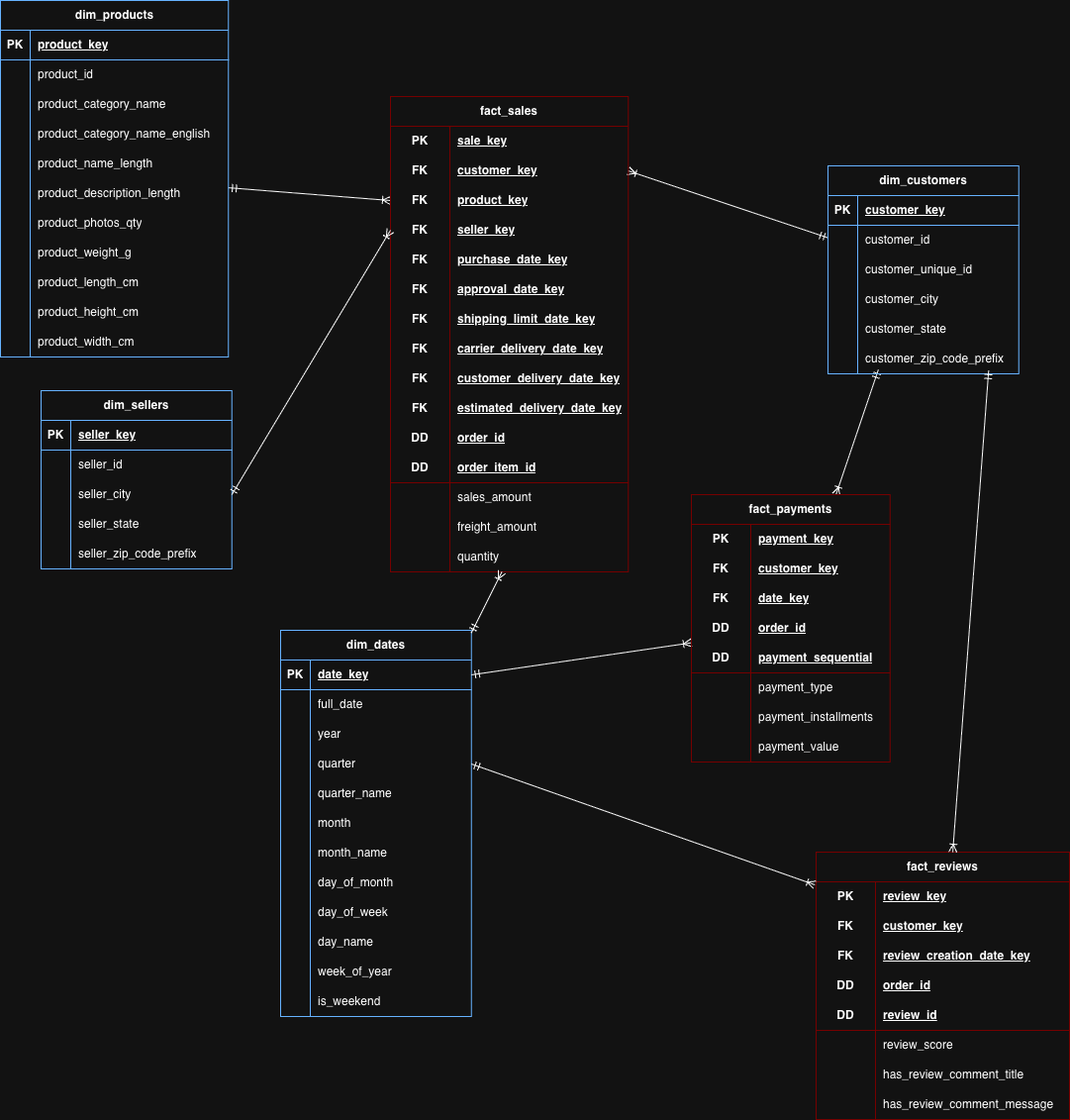
Earlier version of the draw.io export diagrams/gold-layer-dimensional-model.png (aatmaneoulmouden/olist-data-warehouse). Source tidied: cells renumbered, new cells last; positions are measured from the earlier drawing's top-left corner, leaving out a move shared by most shapes.
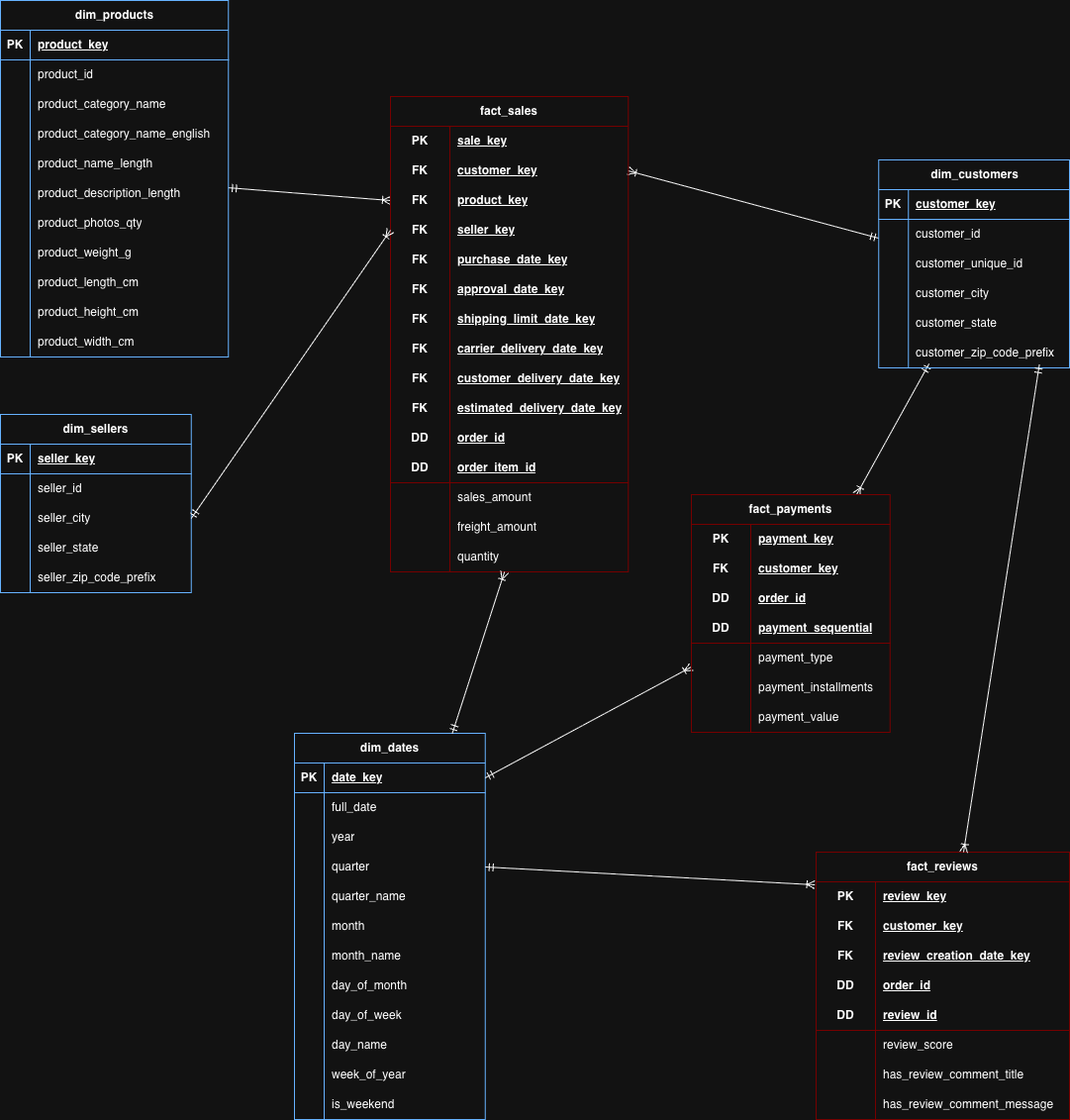
The same diagram one commit later.

Commit message:
docs(gold): update Gold layer dimensional model diagram

The edit, as a diff of the source:
```diff
@@ -9,7 +9,7 @@
       <mxGeometry relative="1" as="geometry" />
     </mxCell>
     <mxCell id="4" value="dim_customers" style="shape=table;startSize=30;rowLines=0;fontStyle=1;align=center;html=1;strokeColor=light-dark(#000000,#66B2FF);" parent="1" vertex="1">
-      <mxGeometry x="836" y="167" width="192.8" height="210" as="geometry" />
+      <mxGeometry x="887.2" y="161" width="192.8" height="210" as="geometry" />
     </mxCell>
     <mxCell id="5" style="shape=tableRow;horizontal=0;startSize=0;swimlaneHead=0;swimlaneBody=0;fillColor=none;top=0;left=0;right=0;bottom=1;strokeColor=light-dark(#000000,#66B2FF);" parent="4" vertex="1">
       <mxGeometry y="30" width="192.8" height="30" as="geometry" />
@@ -171,7 +171,7 @@
       <mxGeometry x="30" width="200.3" height="30" as="geometry" />
     </mxCell>
     <mxCell id="58" value="dim_sellers" style="shape=table;startSize=30;rowLines=0;fontStyle=1;align=center;html=1;strokeColor=light-dark(#000000,#66B2FF);" parent="1" vertex="1">
-      <mxGeometry x="41" y="394" width="192.8" height="180" as="geometry" />
+      <mxGeometry y="418" width="192.8" height="180" as="geometry" />
     </mxCell>
     <mxCell id="59" style="shape=tableRow;horizontal=0;startSize=0;swimlaneHead=0;swimlaneBody=0;fillColor=none;top=0;left=0;right=0;bottom=1;strokeColor=light-dark(#000000,#66B2FF);" parent="58" vertex="1">
       <mxGeometry y="30" width="192.8" height="30" as="geometry" />
@@ -219,7 +219,7 @@
       <mxGeometry x="30" width="162.8" height="30" as="geometry" />
     </mxCell>
     <mxCell id="74" value="dim_dates" style="shape=table;startSize=30;rowLines=0;fontStyle=1;align=center;html=1;strokeColor=light-dark(#000000,#66B2FF);" parent="1" vertex="1">
-      <mxGeometry x="283" y="636" width="192.8" height="390" as="geometry" />
+      <mxGeometry x="297" y="740" width="192.8" height="390" as="geometry" />
     </mxCell>
     <mxCell id="75" style="shape=tableRow;horizontal=0;startSize=0;swimlaneHead=0;swimlaneBody=0;fillColor=none;points=[[0,0.5],[1,0.5]];portConstraint=eastwest;top=0;left=0;right=0;bottom=1;strokeColor=light-dark(#000000,#66B2FF);" parent="74" vertex="1">
       <mxGeometry y="30" width="192.8" height="30" as="geometry" />
@@ -471,7 +471,7 @@
       <mxGeometry relative="1" as="geometry" />
     </mxCell>
     <mxCell id="158" value="fact_payments" style="shape=table;startSize=30;rowLines=0;fontStyle=1;align=center;html=1;whiteSpace=wrap;strokeColor=light-dark(#000000,#750000);" parent="1" vertex="1">
-      <mxGeometry x="698" y="499" width="200.8" height="270" as="geometry" />
+      <mxGeometry x="698" y="499" width="200.8" height="240" as="geometry" />
     </mxCell>
     <mxCell id="159" style="shape=tableRow;horizontal=0;startSize=0;swimlaneHead=0;swimlaneBody=0;fillColor=none;top=0;left=0;right=0;bottom=0;html=1;strokeColor=light-dark(#000000,#750000);" parent="158" vertex="1">
       <mxGeometry y="30" width="200.8" height="30" as="geometry" />
@@ -491,17 +491,8 @@
     <mxCell id="164" value="customer_key" style="shape=partialRectangle;fillColor=none;top=0;left=0;bottom=0;right=0;align=left;spacingLeft=6;fontStyle=5;overflow=hidden;html=1;whiteSpace=wrap;strokeColor=light-dark(#000000,#750000);" parent="162" vertex="1">
       <mxGeometry x="60" width="140.8" height="30" as="geometry" />
     </mxCell>
-    <mxCell id="165" style="shape=tableRow;horizontal=0;startSize=0;swimlaneHead=0;swimlaneBody=0;fillColor=none;top=0;left=0;right=0;bottom=0;html=1;strokeColor=light-dark(#000000,#750000);" parent="158" vertex="1">
-      <mxGeometry y="90" width="200.8" height="30" as="geometry" />
-    </mxCell>
-    <mxCell id="166" value="FK" style="shape=partialRectangle;fillColor=none;top=0;left=0;bottom=0;right=0;fontStyle=1;overflow=hidden;html=1;whiteSpace=wrap;strokeColor=light-dark(#000000,#750000);" parent="165" vertex="1">
-      <mxGeometry width="60" height="30" as="geometry" />
-    </mxCell>
-    <mxCell id="167" value="date_key" style="shape=partialRectangle;fillColor=none;top=0;left=0;bottom=0;right=0;align=left;spacingLeft=6;fontStyle=5;overflow=hidden;html=1;whiteSpace=wrap;strokeColor=light-dark(#000000,#750000);" parent="165" vertex="1">
-      <mxGeometry x="60" width="140.8" height="30" as="geometry" />
-    </mxCell>
     <mxCell id="168" style="shape=tableRow;horizontal=0;startSize=0;swimlaneHead=0;swimlaneBody=0;fillColor=none;top=0;left=0;right=0;bottom=0;html=1;strokeColor=light-dark(#000000,#750000);" parent="158" vertex="1">
-      <mxGeometry y="120" width="200.8" height="30" as="geometry" />
+      <mxGeometry y="90" width="200.8" height="30" as="geometry" />
     </mxCell>
     <mxCell id="169" value="DD" style="shape=partialRectangle;fillColor=none;top=0;left=0;bottom=0;right=0;fontStyle=1;overflow=hidden;html=1;whiteSpace=wrap;strokeColor=light-dark(#000000,#750000);" parent="168" vertex="1">
       <mxGeometry width="60" height="30" as="geometry" />
@@ -510,7 +501,7 @@
       <mxGeometry x="60" width="140.8" height="30" as="geometry" />
     </mxCell>
     <mxCell id="171" style="shape=tableRow;horizontal=0;startSize=0;swimlaneHead=0;swimlaneBody=0;fillColor=none;top=0;left=0;right=0;bottom=1;html=1;strokeColor=light-dark(#000000,#750000);" parent="158" vertex="1">
-      <mxGeometry y="150" width="200.8" height="30" as="geometry" />
+      <mxGeometry y="120" width="200.8" height="30" as="geometry" />
     </mxCell>
     <mxCell id="172" value="DD" style="shape=partialRectangle;fillColor=none;top=0;left=0;bottom=0;right=0;fontStyle=1;overflow=hidden;html=1;whiteSpace=wrap;strokeColor=light-dark(#000000,#750000);" parent="171" vertex="1">
       <mxGeometry width="60" height="30" as="geometry" />
@@ -519,7 +510,7 @@
       <mxGeometry x="60" width="140.8" height="30" as="geometry" />
     </mxCell>
     <mxCell id="174" style="shape=tableRow;horizontal=0;startSize=0;swimlaneHead=0;swimlaneBody=0;fillColor=none;top=0;left=0;right=0;bottom=0;html=1;strokeColor=light-dark(#000000,#750000);" parent="158" vertex="1">
-      <mxGeometry y="180" width="200.8" height="30" as="geometry" />
+      <mxGeometry y="150" width="200.8" height="30" as="geometry" />
     </mxCell>
     <mxCell id="175" style="shape=partialRectangle;fillColor=none;top=0;left=0;bottom=0;right=0;overflow=hidden;html=1;whiteSpace=wrap;strokeColor=light-dark(#000000,#750000);" parent="174" vertex="1">
       <mxGeometry width="60" height="30" as="geometry" />
@@ -528,7 +519,7 @@
       <mxGeometry x="60" width="140.8" height="30" as="geometry" />
     </mxCell>
     <mxCell id="177" style="shape=tableRow;horizontal=0;startSize=0;swimlaneHead=0;swimlaneBody=0;fillColor=none;top=0;left=0;right=0;bottom=0;html=1;strokeColor=light-dark(#000000,#750000);" parent="158" vertex="1">
-      <mxGeometry y="210" width="200.8" height="30" as="geometry" />
+      <mxGeometry y="180" width="200.8" height="30" as="geometry" />
     </mxCell>
     <mxCell id="178" style="shape=partialRectangle;fillColor=none;top=0;left=0;bottom=0;right=0;overflow=hidden;html=1;whiteSpace=wrap;strokeColor=light-dark(#000000,#750000);" parent="177" vertex="1">
       <mxGeometry width="60" height="30" as="geometry" />
@@ -537,7 +528,7 @@
       <mxGeometry x="60" width="140.8" height="30" as="geometry" />
     </mxCell>
     <mxCell id="180" style="shape=tableRow;horizontal=0;startSize=0;swimlaneHead=0;swimlaneBody=0;fillColor=none;top=0;left=0;right=0;bottom=0;html=1;strokeColor=light-dark(#000000,#750000);" parent="158" vertex="1">
-      <mxGeometry y="240" width="200.8" height="30" as="geometry" />
+      <mxGeometry y="210" width="200.8" height="30" as="geometry" />
     </mxCell>
     <mxCell id="181" style="shape=partialRectangle;fillColor=none;top=0;left=0;bottom=0;right=0;overflow=hidden;html=1;whiteSpace=wrap;strokeColor=light-dark(#000000,#750000);" parent="180" vertex="1">
       <mxGeometry width="60" height="30" as="geometry" />
```
